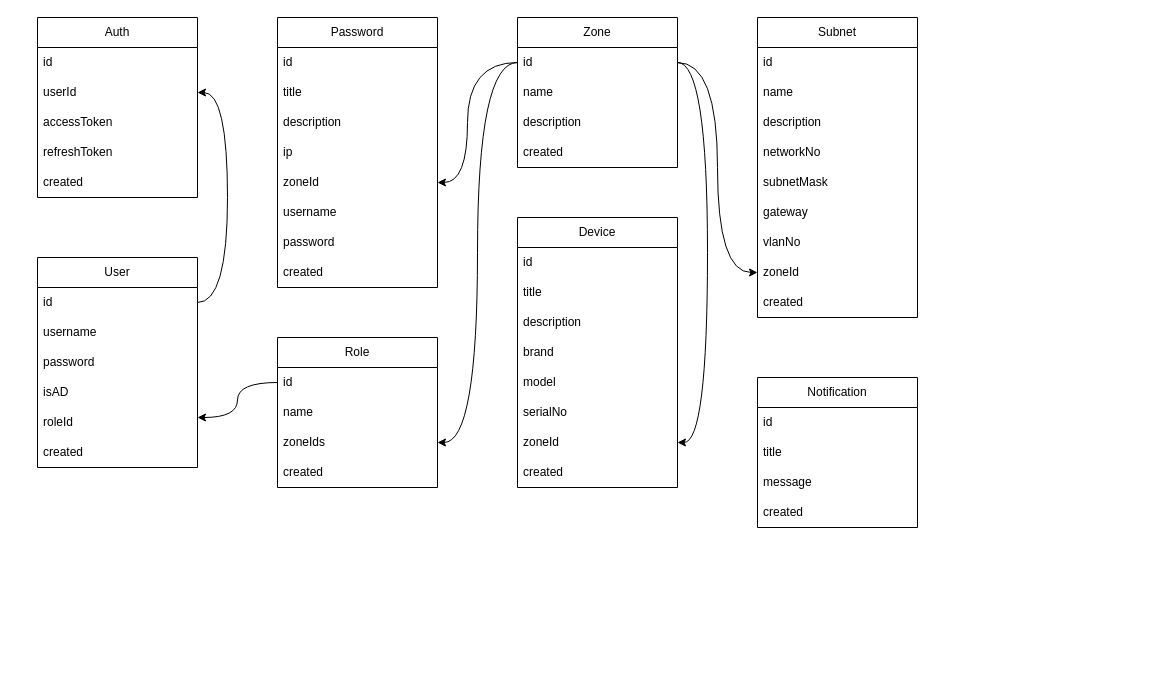
doctormaster1/syqpass keeps this draw.io diagram as database.drawio. Above is the earlier version. Source tidied: cells renumbered, new cells numbered last; positions are measured from the earlier drawing's top-left corner, leaving out a move shared by most shapes. Both pictures are drawn from the tidied source at 100%, with x=0, y=0 at pixel (37, 17).
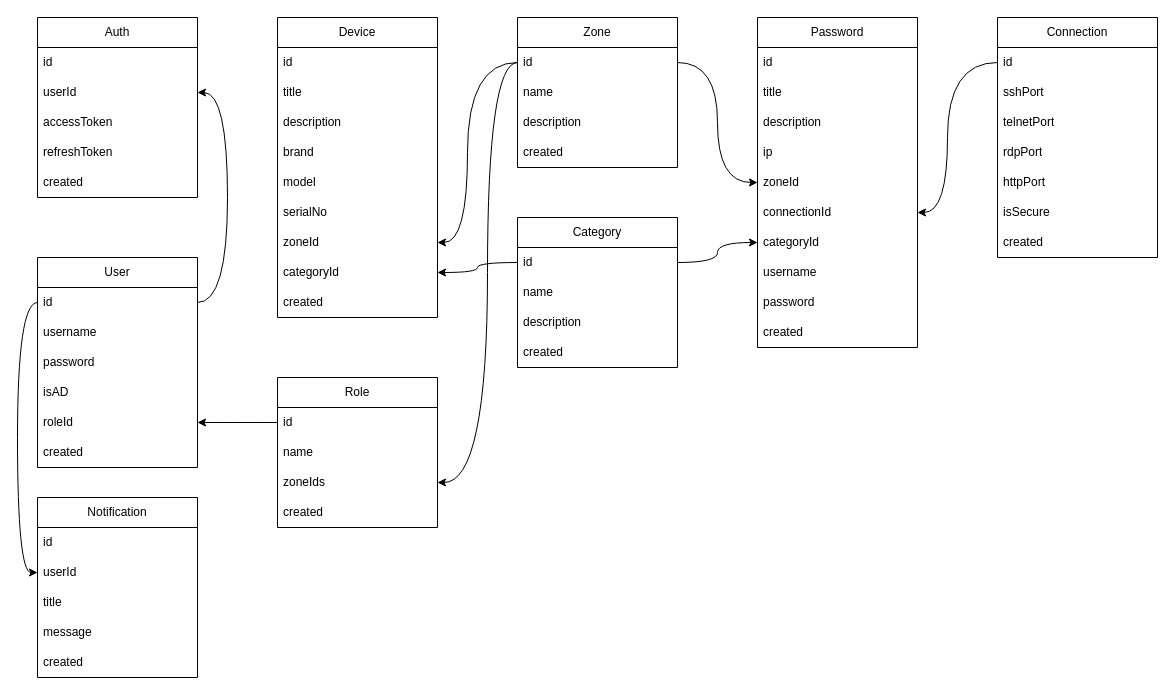
After the change.

Unchanged cells that the change refers to:
```xml
<mxCell id="3" value="id" style="text;strokeColor=none;fillColor=none;align=left;verticalAlign=middle;spacingLeft=4;spacingRight=4;overflow=hidden;points=[[0,0.5],[1,0.5]];portConstraint=eastwest;whiteSpace=wrap;html=1;" parent="2" vertex="1">
  <mxGeometry y="30" width="160" height="30" as="geometry" />
</mxCell>
<mxCell id="7" value="roleId" style="text;strokeColor=none;fillColor=none;align=left;verticalAlign=middle;spacingLeft=4;spacingRight=4;overflow=hidden;points=[[0,0.5],[1,0.5]];portConstraint=eastwest;whiteSpace=wrap;html=1;" parent="2" vertex="1">
  <mxGeometry y="150" width="160" height="30" as="geometry" />
</mxCell>
<mxCell id="14" value="zoneId" style="text;strokeColor=none;fillColor=none;align=left;verticalAlign=middle;spacingLeft=4;spacingRight=4;overflow=hidden;points=[[0,0.5],[1,0.5]];portConstraint=eastwest;whiteSpace=wrap;html=1;" parent="9" vertex="1">
  <mxGeometry y="150" width="160" height="30" as="geometry" />
</mxCell>
<mxCell id="31" value="zoneId" style="text;strokeColor=none;fillColor=none;align=left;verticalAlign=middle;spacingLeft=4;spacingRight=4;overflow=hidden;points=[[0,0.5],[1,0.5]];portConstraint=eastwest;whiteSpace=wrap;html=1;" parent="24" vertex="1">
  <mxGeometry y="210" width="160" height="30" as="geometry" />
</mxCell>
<mxCell id="34" value="id" style="text;strokeColor=none;fillColor=none;align=left;verticalAlign=middle;spacingLeft=4;spacingRight=4;overflow=hidden;points=[[0,0.5],[1,0.5]];portConstraint=eastwest;whiteSpace=wrap;html=1;" parent="33" vertex="1">
  <mxGeometry y="30" width="160" height="30" as="geometry" />
</mxCell>
<mxCell id="58" value="id" style="text;strokeColor=none;fillColor=none;align=left;verticalAlign=middle;spacingLeft=4;spacingRight=4;overflow=hidden;points=[[0,0.5],[1,0.5]];portConstraint=eastwest;whiteSpace=wrap;html=1;" parent="57" vertex="1">
  <mxGeometry y="30" width="160" height="30" as="geometry" />
</mxCell>
<mxCell id="60" value="zoneIds" style="text;strokeColor=none;fillColor=none;align=left;verticalAlign=middle;spacingLeft=4;spacingRight=4;overflow=hidden;points=[[0,0.5],[1,0.5]];portConstraint=eastwest;whiteSpace=wrap;html=1;" parent="57" vertex="1">
  <mxGeometry y="90" width="160" height="30" as="geometry" />
</mxCell>
```

Change to the diagram source:
```diff
@@
     <mxCell id="9" value="Password" style="swimlane;fontStyle=0;horizontal=1;startSize=30;whiteSpace=wrap;html=1;" parent="1" vertex="1">
-      <mxGeometry x="240" width="160" height="270" as="geometry" />
+      <mxGeometry x="720" width="160" height="330" as="geometry" />
     </mxCell>
@@
+    <mxCell id="64" value="connectionId" style="text;strokeColor=none;fillColor=none;align=left;verticalAlign=middle;spacingLeft=4;spacingRight=4;overflow=hidden;points=[[0,0.5],[1,0.5]];portConstraint=eastwest;whiteSpace=wrap;html=1;" parent="9" vertex="1">
+      <mxGeometry y="180" width="160" height="30" as="geometry" />
+    </mxCell>
+    <mxCell id="65" value="categoryId" style="text;strokeColor=none;fillColor=none;align=left;verticalAlign=middle;spacingLeft=4;spacingRight=4;overflow=hidden;points=[[0,0.5],[1,0.5]];portConstraint=eastwest;whiteSpace=wrap;html=1;" parent="9" vertex="1">
+      <mxGeometry y="210" width="160" height="30" as="geometry" />
+    </mxCell>
     <mxCell id="15" value="username" style="text;strokeColor=none;fillColor=none;align=left;verticalAlign=middle;spacingLeft=4;spacingRight=4;overflow=hidden;whiteSpace=wrap;html=1;" parent="9" vertex="1">
-      <mxGeometry y="180" width="160" height="30" as="geometry" />
+      <mxGeometry y="240" width="160" height="30" as="geometry" />
     </mxCell>
     <mxCell id="16" value="password" style="text;strokeColor=none;fillColor=none;align=left;verticalAlign=middle;spacingLeft=4;spacingRight=4;overflow=hidden;whiteSpace=wrap;html=1;" parent="9" vertex="1">
-      <mxGeometry y="210" width="160" height="30" as="geometry" />
+      <mxGeometry y="270" width="160" height="30" as="geometry" />
     </mxCell>
     <mxCell id="17" value="created" style="text;strokeColor=none;fillColor=none;align=left;verticalAlign=middle;spacingLeft=4;spacingRight=4;overflow=hidden;whiteSpace=wrap;html=1;" parent="9" vertex="1">
-      <mxGeometry y="240" width="160" height="30" as="geometry" />
+      <mxGeometry y="300" width="160" height="30" as="geometry" />
     </mxCell>
@@
     <mxCell id="24" value="Device" style="swimlane;fontStyle=0;horizontal=1;startSize=30;whiteSpace=wrap;html=1;" parent="1" vertex="1">
-      <mxGeometry x="480" y="200" width="160" height="270" as="geometry" />
+      <mxGeometry x="240" width="160" height="300" as="geometry" />
     </mxCell>
@@
+    <mxCell id="66" value="categoryId" style="text;strokeColor=none;fillColor=none;align=left;verticalAlign=middle;spacingLeft=4;spacingRight=4;overflow=hidden;points=[[0,0.5],[1,0.5]];portConstraint=eastwest;whiteSpace=wrap;html=1;" parent="24" vertex="1">
+      <mxGeometry y="240" width="160" height="30" as="geometry" />
+    </mxCell>
     <mxCell id="32" value="created" style="text;strokeColor=none;fillColor=none;align=left;verticalAlign=middle;spacingLeft=4;spacingRight=4;overflow=hidden;whiteSpace=wrap;html=1;" parent="24" vertex="1">
-      <mxGeometry y="240" width="160" height="30" as="geometry" />
+      <mxGeometry y="270" width="160" height="30" as="geometry" />
     </mxCell>
@@
     <mxCell id="39" style="endArrow=classic;html=1;edgeStyle=elbowEdgeStyle;curved=1;" parent="1" edge="1" source="34" target="14">
       <mxGeometry relative="1" as="geometry">
         <Array as="points">
-          <mxPoint x="430" y="140" />
+          <mxPoint x="680" y="100" />
         </Array>
       </mxGeometry>
     </mxCell>
     <mxCell id="40" style="endArrow=classic;html=1;edgeStyle=elbowEdgeStyle;curved=1;" parent="1" edge="1" source="34" target="31">
       <mxGeometry relative="1" as="geometry">
         <Array as="points">
-          <mxPoint x="670" y="280" />
+          <mxPoint x="430" y="130" />
         </Array>
       </mxGeometry>
     </mxCell>
-    <mxCell id="41" value="Subnet" style="swimlane;fontStyle=0;horizontal=1;startSize=30;whiteSpace=wrap;html=1;" parent="1" vertex="1">
-      <mxGeometry x="720" width="160" height="300" as="geometry" />
-    </mxCell>
-    <mxCell id="42" value="id" style="text;strokeColor=none;fillColor=none;align=left;verticalAlign=middle;spacingLeft=4;spacingRight=4;overflow=hidden;whiteSpace=wrap;html=1;" parent="41" vertex="1">
-      <mxGeometry y="30" width="160" height="30" as="geometry" />
-    </mxCell>
-    <mxCell id="43" value="name" style="text;strokeColor=none;fillColor=none;align=left;verticalAlign=middle;spacingLeft=4;spacingRight=4;overflow=hidden;whiteSpace=wrap;html=1;" parent="41" vertex="1">
-      <mxGeometry y="60" width="160" height="30" as="geometry" />
-    </mxCell>
-    <mxCell id="44" value="description" style="text;strokeColor=none;fillColor=none;align=left;verticalAlign=middle;spacingLeft=4;spacingRight=4;overflow=hidden;whiteSpace=wrap;html=1;" parent="41" vertex="1">
-      <mxGeometry y="90" width="160" height="30" as="geometry" />
-    </mxCell>
-    <mxCell id="45" value="networkNo" style="text;strokeColor=none;fillColor=none;align=left;verticalAlign=middle;spacingLeft=4;spacingRight=4;overflow=hidden;whiteSpace=wrap;html=1;" parent="41" vertex="1">
-      <mxGeometry y="120" width="160" height="30" as="geometry" />
-    </mxCell>
-    <mxCell id="46" value="subnetMask" style="text;strokeColor=none;fillColor=none;align=left;verticalAlign=middle;spacingLeft=4;spacingRight=4;overflow=hidden;whiteSpace=wrap;html=1;" parent="41" vertex="1">
-      <mxGeometry y="150" width="160" height="30" as="geometry" />
-    </mxCell>
-    <mxCell id="47" value="gateway" style="text;strokeColor=none;fillColor=none;align=left;verticalAlign=middle;spacingLeft=4;spacingRight=4;overflow=hidden;whiteSpace=wrap;html=1;" parent="41" vertex="1">
-      <mxGeometry y="180" width="160" height="30" as="geometry" />
-    </mxCell>
-    <mxCell id="48" value="vlanNo" style="text;strokeColor=none;fillColor=none;align=left;verticalAlign=middle;spacingLeft=4;spacingRight=4;overflow=hidden;whiteSpace=wrap;html=1;" parent="41" vertex="1">
-      <mxGeometry y="210" width="160" height="30" as="geometry" />
-    </mxCell>
-    <mxCell id="49" value="zoneId" style="text;strokeColor=none;fillColor=none;align=left;verticalAlign=middle;spacingLeft=4;spacingRight=4;overflow=hidden;points=[[0,0.5],[1,0.5]];portConstraint=eastwest;whiteSpace=wrap;html=1;" parent="41" vertex="1">
-      <mxGeometry y="240" width="160" height="30" as="geometry" />
-    </mxCell>
-    <mxCell id="50" value="created" style="text;strokeColor=none;fillColor=none;align=left;verticalAlign=middle;spacingLeft=4;spacingRight=4;overflow=hidden;whiteSpace=wrap;html=1;" parent="41" vertex="1">
-      <mxGeometry y="270" width="160" height="30" as="geometry" />
-    </mxCell>
-    <mxCell id="51" style="endArrow=classic;html=1;edgeStyle=elbowEdgeStyle;curved=1;" parent="1" edge="1" source="34" target="49">
-      <mxGeometry relative="1" as="geometry">
-        <Array as="points">
-          <mxPoint x="680" y="140" />
-        </Array>
-      </mxGeometry>
-    </mxCell>
     <mxCell id="52" value="Notification" style="swimlane;fontStyle=0;horizontal=1;startSize=30;whiteSpace=wrap;html=1;" parent="1" vertex="1">
-      <mxGeometry x="720" y="360" width="160" height="150" as="geometry" />
+      <mxGeometry y="480" width="160" height="180" as="geometry" />
     </mxCell>
@@
+    <mxCell id="67" value="userId" style="text;strokeColor=none;fillColor=none;align=left;verticalAlign=middle;spacingLeft=4;spacingRight=4;overflow=hidden;points=[[0,0.5],[1,0.5]];portConstraint=eastwest;whiteSpace=wrap;html=1;" parent="52" vertex="1">
+      <mxGeometry y="60" width="160" height="30" as="geometry" />
+    </mxCell>
     <mxCell id="54" value="title" style="text;strokeColor=none;fillColor=none;align=left;verticalAlign=middle;spacingLeft=4;spacingRight=4;overflow=hidden;whiteSpace=wrap;html=1;" parent="52" vertex="1">
-      <mxGeometry y="60" width="160" height="30" as="geometry" />
+      <mxGeometry y="90" width="160" height="30" as="geometry" />
     </mxCell>
     <mxCell id="55" value="message" style="text;strokeColor=none;fillColor=none;align=left;verticalAlign=middle;spacingLeft=4;spacingRight=4;overflow=hidden;whiteSpace=wrap;html=1;" parent="52" vertex="1">
-      <mxGeometry y="90" width="160" height="30" as="geometry" />
+      <mxGeometry y="120" width="160" height="30" as="geometry" />
     </mxCell>
     <mxCell id="56" value="created" style="text;strokeColor=none;fillColor=none;align=left;verticalAlign=middle;spacingLeft=4;spacingRight=4;overflow=hidden;whiteSpace=wrap;html=1;" parent="52" vertex="1">
-      <mxGeometry y="120" width="160" height="30" as="geometry" />
+      <mxGeometry y="150" width="160" height="30" as="geometry" />
     </mxCell>
     <mxCell id="57" value="Role" style="swimlane;fontStyle=0;horizontal=1;startSize=30;whiteSpace=wrap;html=1;" parent="1" vertex="1">
-      <mxGeometry x="240" y="320" width="160" height="150" as="geometry" />
+      <mxGeometry x="240" y="360" width="160" height="150" as="geometry" />
     </mxCell>
@@
     <mxCell id="62" style="endArrow=classic;html=1;edgeStyle=elbowEdgeStyle;curved=1;" parent="1" edge="1" source="34" target="60">
-      <mxGeometry relative="1" as="geometry" />
+      <mxGeometry relative="1" as="geometry">
+        <Array as="points">
+          <mxPoint x="450" y="260" />
+        </Array>
+      </mxGeometry>
     </mxCell>
     <mxCell id="63" style="endArrow=classic;html=1;edgeStyle=elbowEdgeStyle;curved=1;" parent="1" edge="1" source="58" target="7">
-      <mxGeometry relative="1" as="geometry">
-        <Array as="points">
-          <mxPoint x="200" y="400" />
-        </Array>
-      </mxGeometry>
+      <mxGeometry relative="1" as="geometry" />
     </mxCell>
+    <mxCell id="68" value="Connection" style="swimlane;fontStyle=0;horizontal=1;startSize=30;whiteSpace=wrap;html=1;" parent="1" vertex="1">
+      <mxGeometry x="960" width="160" height="240" as="geometry" />
+    </mxCell>
+    <mxCell id="69" value="id" style="text;strokeColor=none;fillColor=none;align=left;verticalAlign=middle;spacingLeft=4;spacingRight=4;overflow=hidden;points=[[0,0.5],[1,0.5]];portConstraint=eastwest;whiteSpace=wrap;html=1;" parent="68" vertex="1">
+      <mxGeometry y="30" width="160" height="30" as="geometry" />
+    </mxCell>
+    <mxCell id="70" value="sshPort" style="text;strokeColor=none;fillColor=none;align=left;verticalAlign=middle;spacingLeft=4;spacingRight=4;overflow=hidden;whiteSpace=wrap;html=1;" parent="68" vertex="1">
+      <mxGeometry y="60" width="160" height="30" as="geometry" />
+    </mxCell>
+    <mxCell id="71" value="telnetPort" style="text;strokeColor=none;fillColor=none;align=left;verticalAlign=middle;spacingLeft=4;spacingRight=4;overflow=hidden;whiteSpace=wrap;html=1;" parent="68" vertex="1">
+      <mxGeometry y="90" width="160" height="30" as="geometry" />
+    </mxCell>
+    <mxCell id="72" value="rdpPort" style="text;strokeColor=none;fillColor=none;align=left;verticalAlign=middle;spacingLeft=4;spacingRight=4;overflow=hidden;whiteSpace=wrap;html=1;" parent="68" vertex="1">
+      <mxGeometry y="120" width="160" height="30" as="geometry" />
+    </mxCell>
+    <mxCell id="73" value="httpPort" style="text;strokeColor=none;fillColor=none;align=left;verticalAlign=middle;spacingLeft=4;spacingRight=4;overflow=hidden;whiteSpace=wrap;html=1;" parent="68" vertex="1">
+      <mxGeometry y="150" width="160" height="30" as="geometry" />
+    </mxCell>
+    <mxCell id="74" value="isSecure" style="text;strokeColor=none;fillColor=none;align=left;verticalAlign=middle;spacingLeft=4;spacingRight=4;overflow=hidden;whiteSpace=wrap;html=1;" parent="68" vertex="1">
+      <mxGeometry y="180" width="160" height="30" as="geometry" />
+    </mxCell>
+    <mxCell id="75" value="created" style="text;strokeColor=none;fillColor=none;align=left;verticalAlign=middle;spacingLeft=4;spacingRight=4;overflow=hidden;whiteSpace=wrap;html=1;" parent="68" vertex="1">
+      <mxGeometry y="210" width="160" height="30" as="geometry" />
+    </mxCell>
+    <mxCell id="76" style="endArrow=classic;html=1;edgeStyle=elbowEdgeStyle;curved=1;" parent="1" edge="1" source="69" target="64">
+      <mxGeometry relative="1" as="geometry">
+        <Array as="points">
+          <mxPoint x="910" y="120" />
+        </Array>
+      </mxGeometry>
+    </mxCell>
+    <mxCell id="77" style="endArrow=classic;html=1;edgeStyle=elbowEdgeStyle;curved=1;" parent="1" edge="1" source="3" target="67">
+      <mxGeometry relative="1" as="geometry">
+        <Array as="points">
+          <mxPoint x="-20" y="410" />
+        </Array>
+      </mxGeometry>
+    </mxCell>
+    <mxCell id="78" value="Category" style="swimlane;fontStyle=0;horizontal=1;startSize=30;whiteSpace=wrap;html=1;" parent="1" vertex="1">
+      <mxGeometry x="480" y="200" width="160" height="150" as="geometry" />
+    </mxCell>
+    <mxCell id="79" value="id" style="text;strokeColor=none;fillColor=none;align=left;verticalAlign=middle;spacingLeft=4;spacingRight=4;overflow=hidden;points=[[0,0.5],[1,0.5]];portConstraint=eastwest;whiteSpace=wrap;html=1;" parent="78" vertex="1">
+      <mxGeometry y="30" width="160" height="30" as="geometry" />
+    </mxCell>
+    <mxCell id="43" value="name" style="text;strokeColor=none;fillColor=none;align=left;verticalAlign=middle;spacingLeft=4;spacingRight=4;overflow=hidden;whiteSpace=wrap;html=1;" parent="78" vertex="1">
+      <mxGeometry y="60" width="160" height="30" as="geometry" />
+    </mxCell>
+    <mxCell id="44" value="description" style="text;strokeColor=none;fillColor=none;align=left;verticalAlign=middle;spacingLeft=4;spacingRight=4;overflow=hidden;whiteSpace=wrap;html=1;" parent="78" vertex="1">
+      <mxGeometry y="90" width="160" height="30" as="geometry" />
+    </mxCell>
+    <mxCell id="80" value="created" style="text;strokeColor=none;fillColor=none;align=left;verticalAlign=middle;spacingLeft=4;spacingRight=4;overflow=hidden;whiteSpace=wrap;html=1;" parent="78" vertex="1">
+      <mxGeometry y="120" width="160" height="30" as="geometry" />
+    </mxCell>
+    <mxCell id="81" style="endArrow=classic;html=1;edgeStyle=elbowEdgeStyle;curved=1;" parent="1" edge="1" source="79" target="66">
+      <mxGeometry relative="1" as="geometry" />
+    </mxCell>
+    <mxCell id="82" style="endArrow=classic;html=1;edgeStyle=elbowEdgeStyle;curved=1;" parent="1" edge="1" source="79" target="65">
+      <mxGeometry relative="1" as="geometry" />
+    </mxCell>
```
